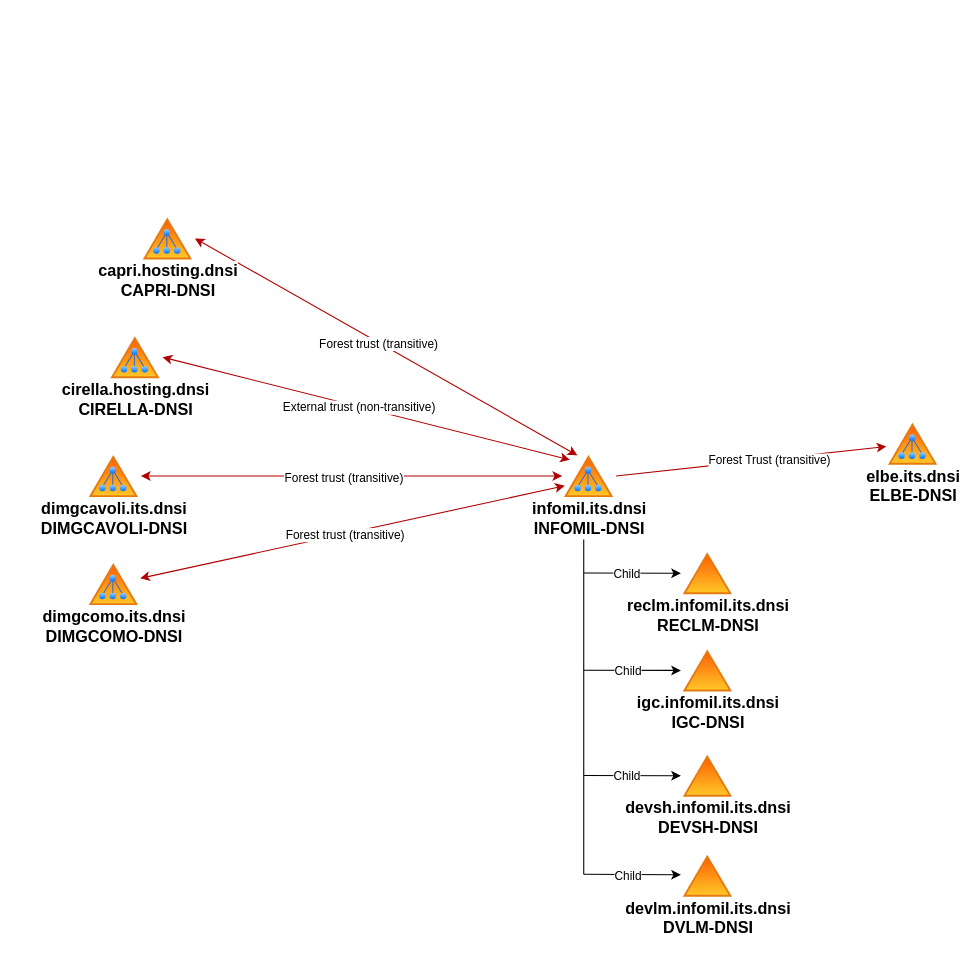
This is page "Page-2" (2 of 2) of infomil-ad-siadmin.drawio from titor7/schemas, a draw.io file, before an edit. Source tidied: cells renumbered, new cells numbered last; positions are measured from the earlier drawing's top-left corner, leaving out a move shared by most shapes. Both pictures are drawn from the tidied source at 108%, with x=0, y=0 at pixel (86, 215).
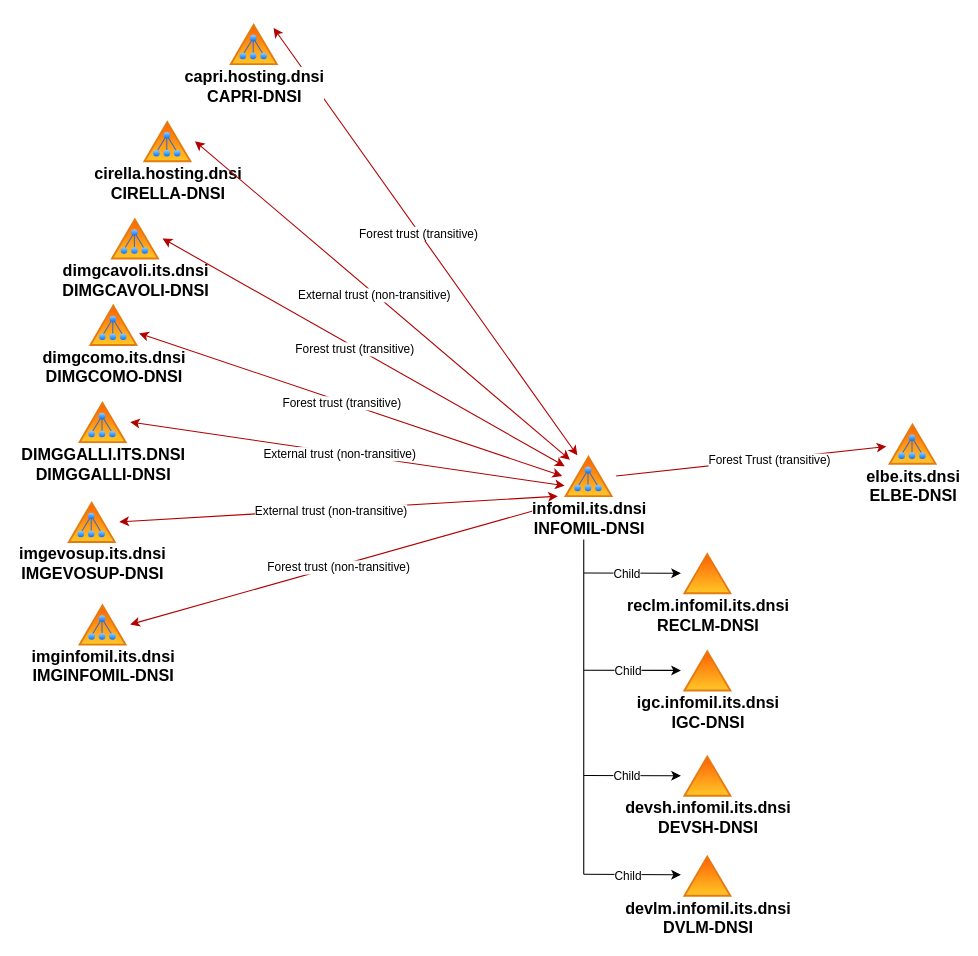
After the change.

The change refers to these unchanged cells:
```xml
<mxCell id="7" value="&lt;span&gt;&lt;span style=&quot;background-color: rgb(255, 255, 255);&quot;&gt;infomil.its.dnsi&lt;/span&gt;&lt;br style=&quot;background-color: rgb(236, 236, 236);&quot;&gt;&lt;span style=&quot;background-color: rgb(255, 255, 255);&quot;&gt;INFOMIL-DNSI&lt;/span&gt;&lt;/span&gt;" style="image;perimeter=ellipsePerimeter;html=1;align=center;shadow=0;dashed=0;spacingTop=-7;image=img/lib/active_directory/active_directory.svg;fontSize=15;fontStyle=1;" parent="1" vertex="1">
  <mxGeometry x="440" y="220" width="50" height="42.5" as="geometry" />
</mxCell>
```

The edit, as a diff of the source:
```diff
@@
+    <mxCell id="31" style="rounded=0;jettySize=auto;html=1;strokeColor=#B20000;align=center;verticalAlign=middle;fontFamily=Helvetica;fontSize=11;fontColor=default;labelBackgroundColor=default;endArrow=classic;fillColor=#e51400;startArrow=classic;startFill=1;exitX=0;exitY=1.082;exitDx=0;exitDy=0;entryX=1;entryY=0.5;entryDx=0;entryDy=0;exitPerimeter=0;" parent="1" edge="1" source="7" target="39">
+      <mxGeometry relative="1" as="geometry" />
+    </mxCell>
+    <mxCell id="32" value="Forest trust (non-transitive)" style="edgeLabel;html=1;align=center;verticalAlign=middle;rounded=0;strokeColor=#B20000;fontFamily=Helvetica;fontSize=11;fontColor=default;labelBackgroundColor=default;fillColor=#e51400;" parent="31" vertex="1">
+      <mxGeometry x="0.04" y="1" relative="1" as="geometry" />
+    </mxCell>
+    <mxCell id="33" style="rounded=0;jettySize=auto;html=1;strokeColor=#B20000;align=center;verticalAlign=middle;fontFamily=Helvetica;fontSize=11;fontColor=default;labelBackgroundColor=default;endArrow=classic;fillColor=#e51400;startArrow=classic;startFill=1;exitX=0;exitY=0.75;exitDx=0;exitDy=0;entryX=1;entryY=0.5;entryDx=0;entryDy=0;" parent="1" edge="1" source="7" target="35">
+      <mxGeometry relative="1" as="geometry" />
+    </mxCell>
+    <mxCell id="34" value="External trust (non-transitive)" style="edgeLabel;html=1;align=center;verticalAlign=middle;rounded=0;strokeColor=#B20000;fontFamily=Helvetica;fontSize=11;fontColor=default;labelBackgroundColor=default;fillColor=#e51400;" parent="33" vertex="1">
+      <mxGeometry x="0.04" y="1" relative="1" as="geometry" />
+    </mxCell>
@@
-    <mxCell id="5" style="rounded=0;jettySize=auto;html=1;entryX=1;entryY=0.5;entryDx=0;entryDy=0;exitX=0.25;exitY=0;exitDx=0;exitDy=0;strokeColor=#B20000;align=center;verticalAlign=middle;fontFamily=Helvetica;fontSize=11;fontColor=default;labelBackgroundColor=default;endArrow=classic;fillColor=#e51400;startArrow=classic;startFill=1;" parent="1" edge="1" source="7" target="21">
+    <mxCell id="5" style="rounded=0;jettySize=auto;html=1;exitX=0.25;exitY=0;exitDx=0;exitDy=0;strokeColor=#B20000;align=center;verticalAlign=middle;fontFamily=Helvetica;fontSize=11;fontColor=default;labelBackgroundColor=default;endArrow=classic;fillColor=#e51400;startArrow=classic;startFill=1;entryX=1;entryY=0;entryDx=0;entryDy=0;" parent="1" edge="1" source="7" target="21">
       <mxGeometry relative="1" as="geometry" />
     </mxCell>
@@
     <mxCell id="21" value="&lt;span style=&quot;background-color: rgb(255, 255, 255);&quot;&gt;capri.hosting.dnsi&lt;/span&gt;&lt;br style=&quot;background-color: rgb(236, 236, 236);&quot;&gt;&lt;span style=&quot;background-color: rgb(255, 255, 255);&quot;&gt;CAPRI-DNSI&lt;/span&gt;" style="image;perimeter=ellipsePerimeter;html=1;align=center;shadow=0;dashed=0;spacingTop=-7;image=img/lib/active_directory/active_directory.svg;fontSize=15;fontStyle=1;" parent="1" vertex="1">
-      <mxGeometry x="50" width="50" height="42.5" as="geometry" />
+      <mxGeometry x="130" y="-180" width="50" height="42.5" as="geometry" />
     </mxCell>
     <mxCell id="22" value="&lt;span style=&quot;background-color: rgb(255, 255, 255);&quot;&gt;cirella.hosting.dnsi&lt;/span&gt;&lt;br style=&quot;background-color: rgb(236, 236, 236);&quot;&gt;&lt;span style=&quot;background-color: rgb(255, 255, 255);&quot;&gt;CIRELLA-DNSI&lt;/span&gt;" style="image;perimeter=ellipsePerimeter;html=1;align=center;shadow=0;dashed=0;spacingTop=-7;image=img/lib/active_directory/active_directory.svg;fontSize=15;fontStyle=1;" parent="1" vertex="1">
-      <mxGeometry x="20" y="110" width="50" height="42.5" as="geometry" />
+      <mxGeometry x="50" y="-90" width="50" height="42.5" as="geometry" />
     </mxCell>
@@
     <mxCell id="25" value="&lt;span style=&quot;background-color: rgb(255, 255, 255);&quot;&gt;dimgcavoli.its.dnsi&lt;/span&gt;&lt;br style=&quot;background-color: rgb(236, 236, 236);&quot;&gt;&lt;span style=&quot;background-color: rgb(255, 255, 255);&quot;&gt;DIMGCAVOLI-DNSI&lt;/span&gt;" style="image;perimeter=ellipsePerimeter;html=1;align=center;shadow=0;dashed=0;spacingTop=-7;image=img/lib/active_directory/active_directory.svg;fontSize=15;fontStyle=1;" parent="1" vertex="1">
-      <mxGeometry y="220" width="50" height="42.5" as="geometry" />
+      <mxGeometry x="20" width="50" height="42.5" as="geometry" />
     </mxCell>
-    <mxCell id="26" style="rounded=0;jettySize=auto;html=1;entryX=1;entryY=0.5;entryDx=0;entryDy=0;exitX=0;exitY=0.5;exitDx=0;exitDy=0;strokeColor=#B20000;align=center;verticalAlign=middle;fontFamily=Helvetica;fontSize=11;fontColor=default;labelBackgroundColor=default;endArrow=classic;fillColor=#e51400;startArrow=classic;startFill=1;" parent="1" edge="1" source="7" target="25">
+    <mxCell id="26" style="rounded=0;jettySize=auto;html=1;entryX=1;entryY=0.5;entryDx=0;entryDy=0;exitX=0;exitY=0.25;exitDx=0;exitDy=0;strokeColor=#B20000;align=center;verticalAlign=middle;fontFamily=Helvetica;fontSize=11;fontColor=default;labelBackgroundColor=default;endArrow=classic;fillColor=#e51400;startArrow=classic;startFill=1;" parent="1" edge="1" source="7" target="25">
       <mxGeometry relative="1" as="geometry" />
     </mxCell>
@@
     <mxCell id="28" value="dimgcomo.its.dnsi&lt;br&gt;DIMGCOMO-DNSI" style="image;perimeter=ellipsePerimeter;html=1;align=center;shadow=0;dashed=0;spacingTop=-7;image=img/lib/active_directory/active_directory.svg;fontSize=15;fontStyle=1;" parent="1" vertex="1">
-      <mxGeometry y="320" width="50" height="42.5" as="geometry" />
+      <mxGeometry y="80" width="50" height="42.5" as="geometry" />
     </mxCell>
-    <mxCell id="29" style="rounded=0;jettySize=auto;html=1;strokeColor=#B20000;align=center;verticalAlign=middle;fontFamily=Helvetica;fontSize=11;fontColor=default;labelBackgroundColor=default;endArrow=classic;fillColor=#e51400;startArrow=classic;startFill=1;exitX=0;exitY=0.75;exitDx=0;exitDy=0;" parent="1" edge="1" source="7" target="28">
+    <mxCell id="29" style="rounded=0;jettySize=auto;html=1;strokeColor=#B20000;align=center;verticalAlign=middle;fontFamily=Helvetica;fontSize=11;fontColor=default;labelBackgroundColor=default;endArrow=classic;fillColor=#e51400;startArrow=classic;startFill=1;exitX=0;exitY=0.5;exitDx=0;exitDy=0;" parent="1" edge="1" source="7" target="28">
       <mxGeometry relative="1" as="geometry" />
     </mxCell>
@@
+    <mxCell id="35" value="DIMGGALLI.ITS.DNSI&lt;br&gt;DIMGGALLI-DNSI" style="image;perimeter=ellipsePerimeter;html=1;align=center;shadow=0;dashed=0;spacingTop=-7;image=img/lib/active_directory/active_directory.svg;fontSize=15;fontStyle=1;" parent="1" vertex="1">
+      <mxGeometry x="-10" y="170" width="50" height="42.5" as="geometry" />
+    </mxCell>
+    <mxCell id="36" value="imgevosup.its.dnsi&lt;br&gt;IMGEVOSUP-DNSI" style="image;perimeter=ellipsePerimeter;html=1;align=center;shadow=0;dashed=0;spacingTop=-7;image=img/lib/active_directory/active_directory.svg;fontSize=15;fontStyle=1;" parent="1" vertex="1">
+      <mxGeometry x="-20" y="262.5" width="50" height="42.5" as="geometry" />
+    </mxCell>
+    <mxCell id="37" style="rounded=0;jettySize=auto;html=1;strokeColor=#B20000;align=center;verticalAlign=middle;fontFamily=Helvetica;fontSize=11;fontColor=default;labelBackgroundColor=default;endArrow=classic;fillColor=#e51400;startArrow=classic;startFill=1;exitX=-0.08;exitY=0.941;exitDx=0;exitDy=0;entryX=1;entryY=0.5;entryDx=0;entryDy=0;exitPerimeter=0;" parent="1" edge="1" source="7" target="36">
+      <mxGeometry relative="1" as="geometry" />
+    </mxCell>
+    <mxCell id="38" value="External trust (non-transitive)" style="edgeLabel;html=1;align=center;verticalAlign=middle;rounded=0;strokeColor=#B20000;fontFamily=Helvetica;fontSize=11;fontColor=default;labelBackgroundColor=default;fillColor=#e51400;" parent="37" vertex="1">
+      <mxGeometry x="0.04" y="1" relative="1" as="geometry" />
+    </mxCell>
+    <mxCell id="39" value="imginfomil.its.dnsi&lt;br&gt;IMGINFOMIL-DNSI" style="image;perimeter=ellipsePerimeter;html=1;align=center;shadow=0;dashed=0;spacingTop=-7;image=img/lib/active_directory/active_directory.svg;fontSize=15;fontStyle=1;" parent="1" vertex="1">
+      <mxGeometry x="-10" y="357.5" width="50" height="42.5" as="geometry" />
+    </mxCell>
```
